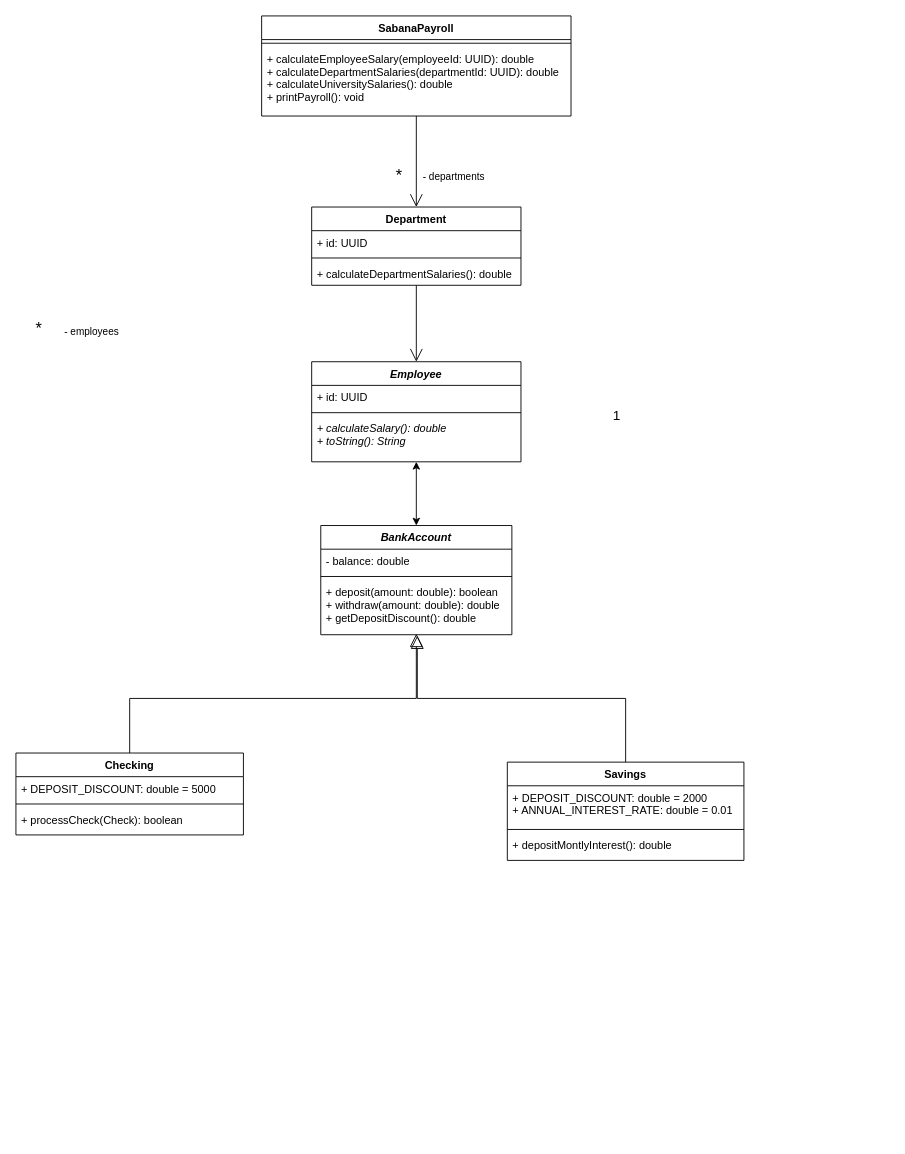
Earlier version of the draw.io diagram diagrams/sabanapayroll-class-diagram.drawio (Luk117/NIETO-CHACON-ARRIETA-SABANA-POOB-2021-1-LAB-ABSTRACT-CLASS). Source tidied: cells renumbered, new cells numbered last; positions are measured from the earlier drawing's top-left corner, leaving out a move shared by most shapes. Both pictures are drawn from the tidied source at 91%, with x=0, y=0 at pixel (15, 15).
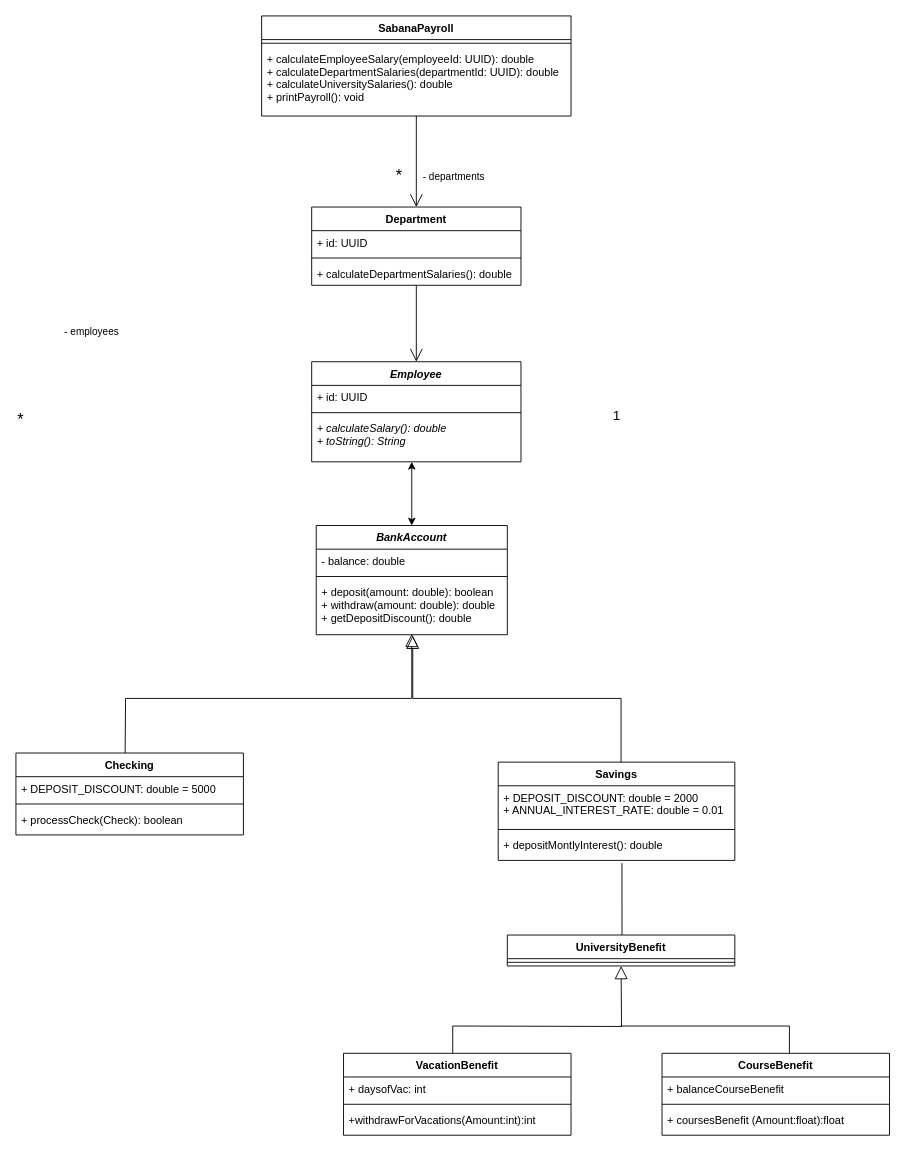
After the change.

Unchanged cells that the change refers to:
```xml
<mxCell id="22" value="+ deposit(amount: double): boolean&#10;+ withdraw(amount: double): double&#10;+ getDepositDiscount(): double " style="text;strokeColor=none;fillColor=none;align=left;verticalAlign=top;spacingLeft=4;spacingRight=4;overflow=hidden;points=[[0,0.5],[1,0.5]];portConstraint=eastwest;fontStyle=0;" parent="19" vertex="1">
  <mxGeometry y="60" width="210" height="60" as="geometry" />
</mxCell>
<mxCell id="24" value="Checking" style="swimlane;fontStyle=1;align=center;verticalAlign=top;horizontal=1;startSize=26;" parent="1" vertex="1">
  <mxGeometry y="810" width="250" height="90" as="geometry" />
</mxCell>
<mxCell id="32" value="+ depositMontlyInterest(): double" style="text;strokeColor=none;fillColor=none;align=left;verticalAlign=top;spacingLeft=4;spacingRight=4;overflow=hidden;points=[[0,0.5],[1,0.5]];portConstraint=eastwest;fontStyle=0;" parent="29" vertex="1">
  <mxGeometry y="78" width="260" height="30" as="geometry" />
</mxCell>
```

The edit, as a diff of the source:
```diff
@@
     <mxCell id="18" value="*" style="edgeLabel;html=1;align=center;verticalAlign=middle;fontSize=18;" parent="1" vertex="1">
-      <mxGeometry x="40" y="180" as="geometry">
+      <mxGeometry x="20" y="280" as="geometry">
         <mxPoint x="-16" y="163" as="offset" />
       </mxGeometry>
     </mxCell>
     <mxCell id="19" value="BankAccount&#10;" style="swimlane;fontStyle=3;align=center;verticalAlign=top;horizontal=1;startSize=26;" parent="1" vertex="1">
-      <mxGeometry x="335" y="560" width="210" height="120" as="geometry" />
+      <mxGeometry x="330" y="560" width="210" height="120" as="geometry" />
     </mxCell>
@@
-    <mxCell id="23" style="edgeStyle=orthogonalEdgeStyle;rounded=0;jettySize=auto;html=1;entryX=0.5;entryY=0.983;entryDx=0;entryDy=0;entryPerimeter=0;endArrow=block;endFill=0;endSize=12;strokeWidth=1;" parent="1" edge="1" source="24" target="22">
-      <mxGeometry relative="1" as="geometry" />
+    <mxCell id="23" style="edgeStyle=orthogonalEdgeStyle;rounded=0;jettySize=auto;html=1;entryX=0.5;entryY=0.983;entryDx=0;entryDy=0;entryPerimeter=0;endArrow=block;endFill=0;endSize=12;strokeWidth=1;" parent="1" edge="1" target="22">
+      <mxGeometry relative="1" as="geometry">
+        <mxPoint x="120" y="810" as="sourcePoint" />
+      </mxGeometry>
     </mxCell>
@@
-    <mxCell id="28" style="edgeStyle=orthogonalEdgeStyle;rounded=0;jettySize=auto;html=1;endArrow=block;endFill=0;endSize=12;strokeWidth=1;entryX=0.505;entryY=1.017;entryDx=0;entryDy=0;entryPerimeter=0;" parent="1" edge="1" source="29" target="22">
+    <mxCell id="28" style="edgeStyle=orthogonalEdgeStyle;rounded=0;jettySize=auto;html=1;endArrow=block;endFill=0;endSize=12;strokeWidth=1;entryX=0.505;entryY=1.017;entryDx=0;entryDy=0;entryPerimeter=0;" parent="1" edge="1" target="22">
       <mxGeometry relative="1" as="geometry">
+        <mxPoint x="665" y="820" as="sourcePoint" />
         <Array as="points">
-          <mxPoint x="670" y="750" />
-          <mxPoint x="441" y="750" />
+          <mxPoint x="665" y="750" />
+          <mxPoint x="436" y="750" />
         </Array>
       </mxGeometry>
     </mxCell>
     <mxCell id="29" value="Savings" style="swimlane;fontStyle=1;align=center;verticalAlign=top;horizontal=1;startSize=26;" parent="1" vertex="1">
-      <mxGeometry x="540" y="820" width="260" height="108" as="geometry" />
+      <mxGeometry x="530" y="820" width="260" height="108" as="geometry" />
     </mxCell>
@@
     <mxCell id="34" style="endArrow=classic;startArrow=classic;html=1;exitX=0.5;exitY=0;exitDx=0;exitDy=0;" parent="1" edge="1" source="19">
       <mxGeometry relative="1" as="geometry">
-        <mxPoint x="440" y="490" as="targetPoint" />
+        <mxPoint x="435" y="490" as="targetPoint" />
       </mxGeometry>
     </mxCell>
+    <mxCell id="35" style="endArrow=none;html=1;entryX=0.523;entryY=1.1;entryDx=0;entryDy=0;entryPerimeter=0;" parent="1" edge="1" target="32">
+      <mxGeometry relative="1" as="geometry">
+        <mxPoint x="666" y="1010" as="sourcePoint" />
+      </mxGeometry>
+    </mxCell>
+    <mxCell id="36" value="UniversityBenefit" style="swimlane;fontStyle=1;align=center;verticalAlign=top;horizontal=1;startSize=26;strokeColor=#000000;" parent="1" vertex="1">
+      <mxGeometry x="540" y="1010" width="250" height="34" as="geometry" />
+    </mxCell>
+    <mxCell id="37" style="line;strokeWidth=1;fillColor=none;align=left;verticalAlign=middle;spacingTop=-1;spacingLeft=3;spacingRight=3;labelPosition=right;" parent="36" vertex="1">
+      <mxGeometry y="26" width="250" height="8" as="geometry" />
+    </mxCell>
+    <mxCell id="38" style="edgeStyle=orthogonalEdgeStyle;rounded=0;orthogonalLoop=1;jettySize=auto;html=1;entryX=0.5;entryY=0.983;entryDx=0;entryDy=0;entryPerimeter=0;endArrow=block;endFill=0;endSize=12;strokeWidth=1;" parent="1" edge="1">
+      <mxGeometry relative="1" as="geometry">
+        <mxPoint x="480" y="1110" as="sourcePoint" />
+        <mxPoint x="665" y="1044" as="targetPoint" />
+      </mxGeometry>
+    </mxCell>
+    <mxCell id="39" style="endArrow=none;html=1;entryX=0.523;entryY=1.1;entryDx=0;entryDy=0;entryPerimeter=0;" parent="1" edge="1">
+      <mxGeometry relative="1" as="geometry">
+        <mxPoint x="850" y="1110" as="sourcePoint" />
+        <mxPoint x="664.5" y="1110" as="targetPoint" />
+      </mxGeometry>
+    </mxCell>
+    <mxCell id="40" style="endArrow=none;html=1;entryX=0.523;entryY=1.1;entryDx=0;entryDy=0;entryPerimeter=0;" parent="1" edge="1">
+      <mxGeometry relative="1" as="geometry">
+        <mxPoint x="480" y="1140" as="sourcePoint" />
+        <mxPoint x="480" y="1110" as="targetPoint" />
+      </mxGeometry>
+    </mxCell>
+    <mxCell id="41" style="endArrow=none;html=1;entryX=0.523;entryY=1.1;entryDx=0;entryDy=0;entryPerimeter=0;" parent="1" edge="1">
+      <mxGeometry relative="1" as="geometry">
+        <mxPoint x="850" y="1140" as="sourcePoint" />
+        <mxPoint x="850" y="1110" as="targetPoint" />
+      </mxGeometry>
+    </mxCell>
+    <mxCell id="42" value="VacationBenefit" style="swimlane;fontStyle=1;align=center;verticalAlign=top;horizontal=1;startSize=26;" parent="1" vertex="1">
+      <mxGeometry x="360" y="1140" width="250" height="90" as="geometry" />
+    </mxCell>
+    <mxCell id="43" value="+ daysofVac: int " style="text;strokeColor=none;fillColor=none;align=left;verticalAlign=top;spacingLeft=4;spacingRight=4;overflow=hidden;" parent="42" vertex="1">
+      <mxGeometry y="26" width="250" height="26" as="geometry" />
+    </mxCell>
+    <mxCell id="44" style="line;strokeWidth=1;fillColor=none;align=left;verticalAlign=middle;spacingTop=-1;spacingLeft=3;spacingRight=3;labelPosition=right;" parent="42" vertex="1">
+      <mxGeometry y="52" width="250" height="8" as="geometry" />
+    </mxCell>
+    <mxCell id="45" value="+withdrawForVacations(Amount:int):int" style="text;strokeColor=none;fillColor=none;align=left;verticalAlign=top;spacingLeft=4;spacingRight=4;overflow=hidden;fontStyle=0;" parent="42" vertex="1">
+      <mxGeometry y="60" width="250" height="30" as="geometry" />
+    </mxCell>
+    <mxCell id="46" value="CourseBenefit" style="swimlane;fontStyle=1;align=center;verticalAlign=top;horizontal=1;startSize=26;" parent="1" vertex="1">
+      <mxGeometry x="710" y="1140" width="250" height="90" as="geometry" />
+    </mxCell>
+    <mxCell id="47" value="+ balanceCourseBenefit" style="text;strokeColor=none;fillColor=none;align=left;verticalAlign=top;spacingLeft=4;spacingRight=4;overflow=hidden;" parent="46" vertex="1">
+      <mxGeometry y="26" width="250" height="26" as="geometry" />
+    </mxCell>
+    <mxCell id="48" style="line;strokeWidth=1;fillColor=none;align=left;verticalAlign=middle;spacingTop=-1;spacingLeft=3;spacingRight=3;labelPosition=right;" parent="46" vertex="1">
+      <mxGeometry y="52" width="250" height="8" as="geometry" />
+    </mxCell>
+    <mxCell id="49" value="+ coursesBenefit (Amount:float):float" style="text;strokeColor=none;fillColor=none;align=left;verticalAlign=top;spacingLeft=4;spacingRight=4;overflow=hidden;fontStyle=0;" parent="46" vertex="1">
+      <mxGeometry y="60" width="250" height="30" as="geometry" />
+    </mxCell>
```
